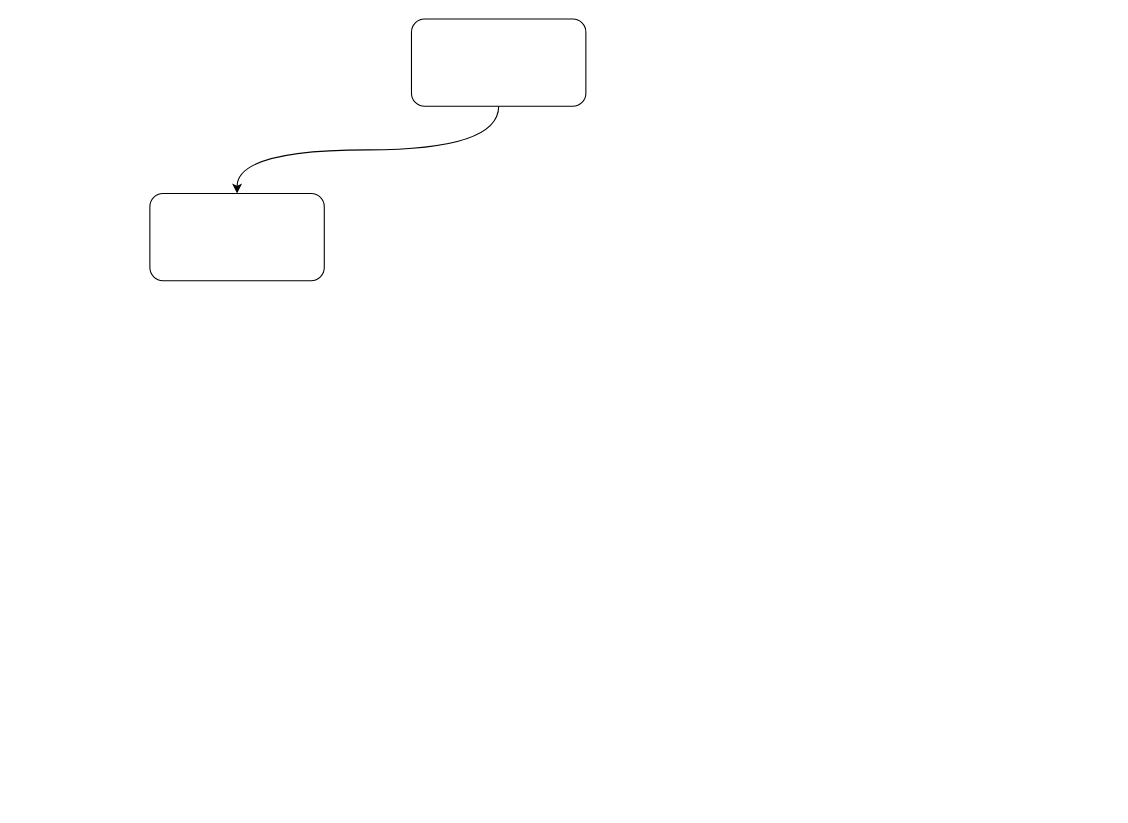
Above: si_marque.drawio in benoit-smith/wissenwald (draw.io), before the change. Source tidied: cells renumbered, new cells numbered last; positions are measured from the earlier drawing's top-left corner, leaving out a move shared by most shapes. Both pictures are drawn from the tidied source at 109%, with x=0, y=0 at pixel (149, 19).
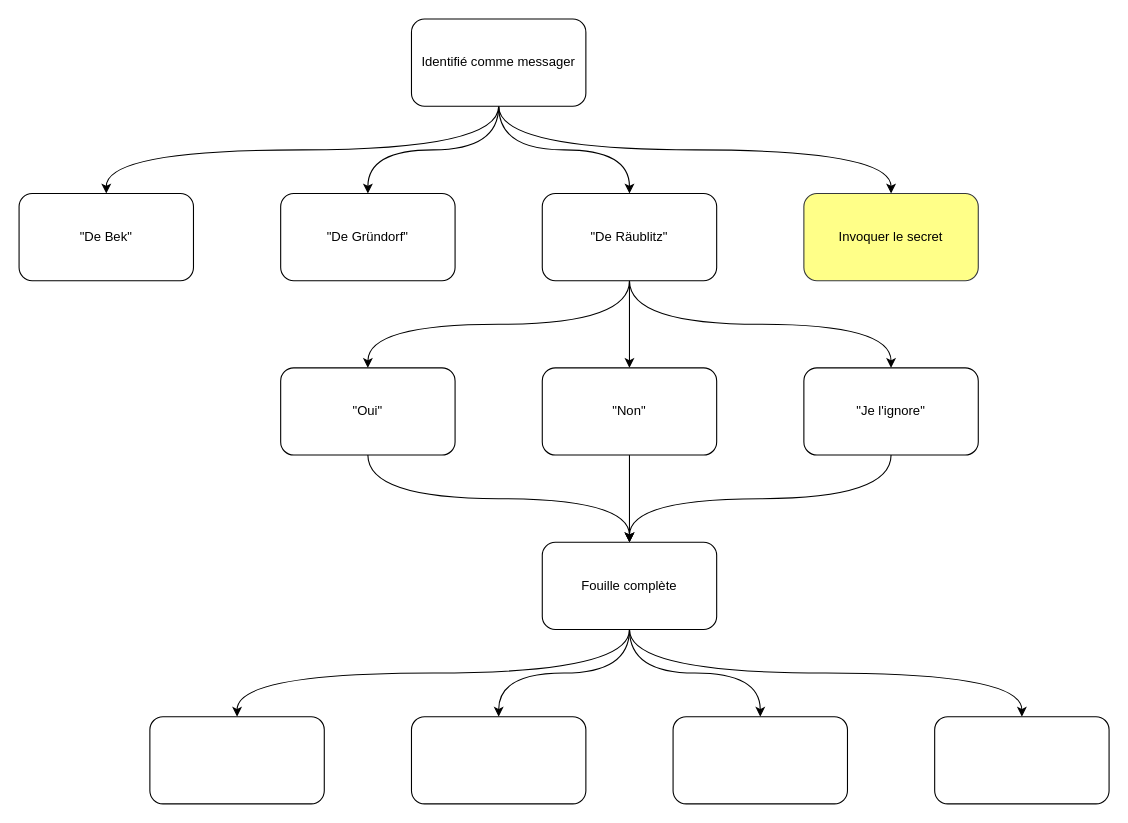
Above is the later version.

Commit message (it also covers changes not shown here):
Mettre à jour si_marque.drawio

Diff of the diagram source:
```diff
@@
+    <mxCell id="5" style="edgeStyle=orthogonalEdgeStyle;rounded=0;jettySize=auto;html=1;curved=1;" parent="1" edge="1" source="3" target="8">
+      <mxGeometry relative="1" as="geometry" />
+    </mxCell>
+    <mxCell id="6" style="edgeStyle=orthogonalEdgeStyle;rounded=0;jettySize=auto;html=1;exitX=0.5;exitY=1;exitDx=0;exitDy=0;curved=1;" parent="1" edge="1" source="3" target="12">
+      <mxGeometry relative="1" as="geometry" />
+    </mxCell>
+    <mxCell id="7" style="edgeStyle=orthogonalEdgeStyle;rounded=0;jettySize=auto;html=1;exitX=0.5;exitY=1;exitDx=0;exitDy=0;curved=1;" parent="1" edge="1" source="3" target="13">
+      <mxGeometry relative="1" as="geometry" />
+    </mxCell>
-    <mxCell id="3" style="rounded=1;whiteSpace=wrap;html=1;" parent="1" vertex="1">
+    <mxCell id="3" value="Identifié comme messager" style="rounded=1;whiteSpace=wrap;html=1;" parent="1" vertex="1">
       <mxGeometry x="240" width="160" height="80" as="geometry" />
     </mxCell>
-    <mxCell id="4" style="rounded=1;whiteSpace=wrap;html=1;" parent="1" vertex="1">
-      <mxGeometry y="160" width="160" height="80" as="geometry" />
+    <mxCell id="4" value="&quot;De Bek&quot;" style="rounded=1;whiteSpace=wrap;html=1;" parent="1" vertex="1">
+      <mxGeometry x="-120" y="160" width="160" height="80" as="geometry" />
     </mxCell>
+    <mxCell id="8" value="&quot;De Gründorf&quot;" style="rounded=1;whiteSpace=wrap;html=1;" parent="1" vertex="1">
+      <mxGeometry x="120" y="160" width="160" height="80" as="geometry" />
+    </mxCell>
+    <mxCell id="9" style="edgeStyle=orthogonalEdgeStyle;rounded=0;jettySize=auto;html=1;exitX=0.5;exitY=1;exitDx=0;exitDy=0;curved=1;" parent="1" edge="1" source="12" target="15">
+      <mxGeometry relative="1" as="geometry" />
+    </mxCell>
+    <mxCell id="10" style="edgeStyle=orthogonalEdgeStyle;rounded=0;jettySize=auto;html=1;curved=1;" parent="1" edge="1" source="12" target="17">
+      <mxGeometry relative="1" as="geometry" />
+    </mxCell>
+    <mxCell id="11" style="edgeStyle=orthogonalEdgeStyle;rounded=0;jettySize=auto;html=1;exitX=0.5;exitY=1;exitDx=0;exitDy=0;curved=1;" parent="1" edge="1" source="12" target="19">
+      <mxGeometry relative="1" as="geometry" />
+    </mxCell>
+    <mxCell id="12" value="&quot;De Räublitz&quot;" style="rounded=1;whiteSpace=wrap;html=1;" parent="1" vertex="1">
+      <mxGeometry x="360" y="160" width="160" height="80" as="geometry" />
+    </mxCell>
+    <mxCell id="13" value="Invoquer le secret" style="rounded=1;whiteSpace=wrap;html=1;fillColor=#ffff88;strokeColor=#36393d;" parent="1" vertex="1">
+      <mxGeometry x="600" y="160" width="160" height="80" as="geometry" />
+    </mxCell>
+    <mxCell id="14" style="edgeStyle=orthogonalEdgeStyle;rounded=0;jettySize=auto;html=1;exitX=0.5;exitY=1;exitDx=0;exitDy=0;curved=1;" parent="1" edge="1" source="15" target="24">
+      <mxGeometry relative="1" as="geometry" />
+    </mxCell>
+    <mxCell id="15" value="&quot;Oui&quot;" style="rounded=1;whiteSpace=wrap;html=1;" parent="1" vertex="1">
+      <mxGeometry x="120" y="320" width="160" height="80" as="geometry" />
+    </mxCell>
+    <mxCell id="16" style="edgeStyle=orthogonalEdgeStyle;rounded=0;jettySize=auto;html=1;entryX=0.5;entryY=0;entryDx=0;entryDy=0;" parent="1" edge="1" source="17" target="24">
+      <mxGeometry relative="1" as="geometry" />
+    </mxCell>
+    <mxCell id="17" value="&quot;Non&quot;" style="rounded=1;whiteSpace=wrap;html=1;" parent="1" vertex="1">
+      <mxGeometry x="360" y="320" width="160" height="80" as="geometry" />
+    </mxCell>
+    <mxCell id="18" style="edgeStyle=orthogonalEdgeStyle;rounded=0;jettySize=auto;html=1;exitX=0.5;exitY=1;exitDx=0;exitDy=0;entryX=0.5;entryY=0;entryDx=0;entryDy=0;curved=1;" parent="1" edge="1" source="19" target="24">
+      <mxGeometry relative="1" as="geometry" />
+    </mxCell>
+    <mxCell id="19" value="&quot;Je l'ignore&quot;" style="rounded=1;whiteSpace=wrap;html=1;" parent="1" vertex="1">
+      <mxGeometry x="600" y="320" width="160" height="80" as="geometry" />
+    </mxCell>
+    <mxCell id="20" style="edgeStyle=orthogonalEdgeStyle;rounded=0;jettySize=auto;html=1;exitX=0.5;exitY=1;exitDx=0;exitDy=0;curved=1;" parent="1" edge="1" source="24" target="25">
+      <mxGeometry relative="1" as="geometry" />
+    </mxCell>
+    <mxCell id="21" style="edgeStyle=orthogonalEdgeStyle;rounded=0;jettySize=auto;html=1;curved=1;" parent="1" edge="1" source="24" target="26">
+      <mxGeometry relative="1" as="geometry" />
+    </mxCell>
+    <mxCell id="22" style="edgeStyle=orthogonalEdgeStyle;rounded=0;jettySize=auto;html=1;curved=1;" parent="1" edge="1" source="24" target="27">
+      <mxGeometry relative="1" as="geometry" />
+    </mxCell>
+    <mxCell id="23" style="edgeStyle=orthogonalEdgeStyle;rounded=0;jettySize=auto;html=1;exitX=0.5;exitY=1;exitDx=0;exitDy=0;curved=1;" parent="1" edge="1" source="24" target="28">
+      <mxGeometry relative="1" as="geometry" />
+    </mxCell>
+    <mxCell id="24" value="Fouille complète" style="rounded=1;whiteSpace=wrap;html=1;" parent="1" vertex="1">
+      <mxGeometry x="360" y="480" width="160" height="80" as="geometry" />
+    </mxCell>
+    <mxCell id="25" style="rounded=1;whiteSpace=wrap;html=1;" parent="1" vertex="1">
+      <mxGeometry y="640" width="160" height="80" as="geometry" />
+    </mxCell>
+    <mxCell id="26" style="rounded=1;whiteSpace=wrap;html=1;" parent="1" vertex="1">
+      <mxGeometry x="240" y="640" width="160" height="80" as="geometry" />
+    </mxCell>
+    <mxCell id="27" style="rounded=1;whiteSpace=wrap;html=1;" parent="1" vertex="1">
+      <mxGeometry x="480" y="640" width="160" height="80" as="geometry" />
+    </mxCell>
+    <mxCell id="28" style="rounded=1;whiteSpace=wrap;html=1;" parent="1" vertex="1">
+      <mxGeometry x="720" y="640" width="160" height="80" as="geometry" />
+    </mxCell>
```
